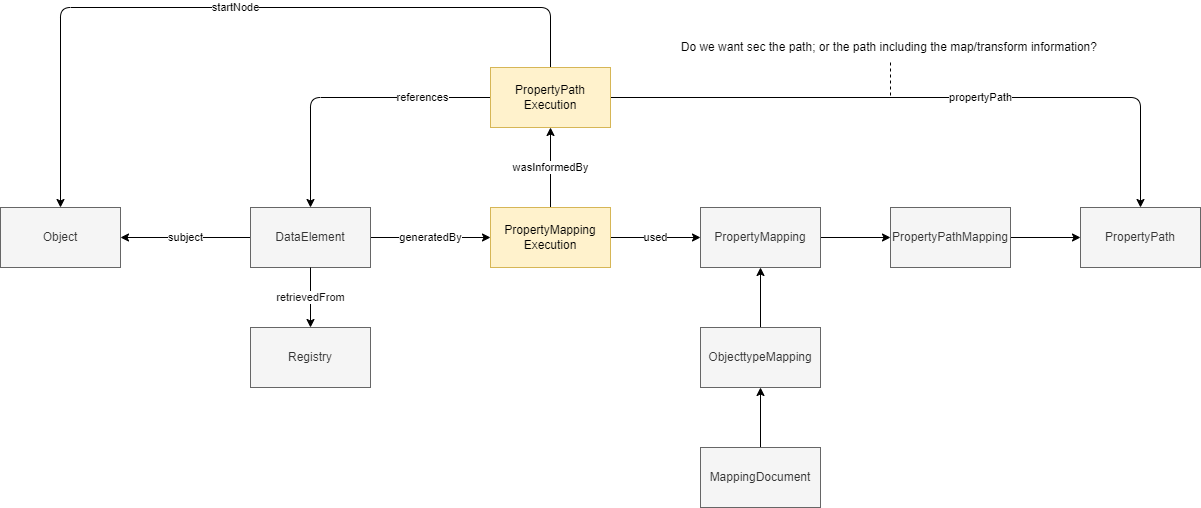
This is media/level4.1.png from Geonovum/IMX-LineageModel, a draw.io export, as it was before one commit. Source tidied: cells renumbered, new cells last; positions are measured from the earlier drawing's top-left corner, leaving out a move shared by most shapes.
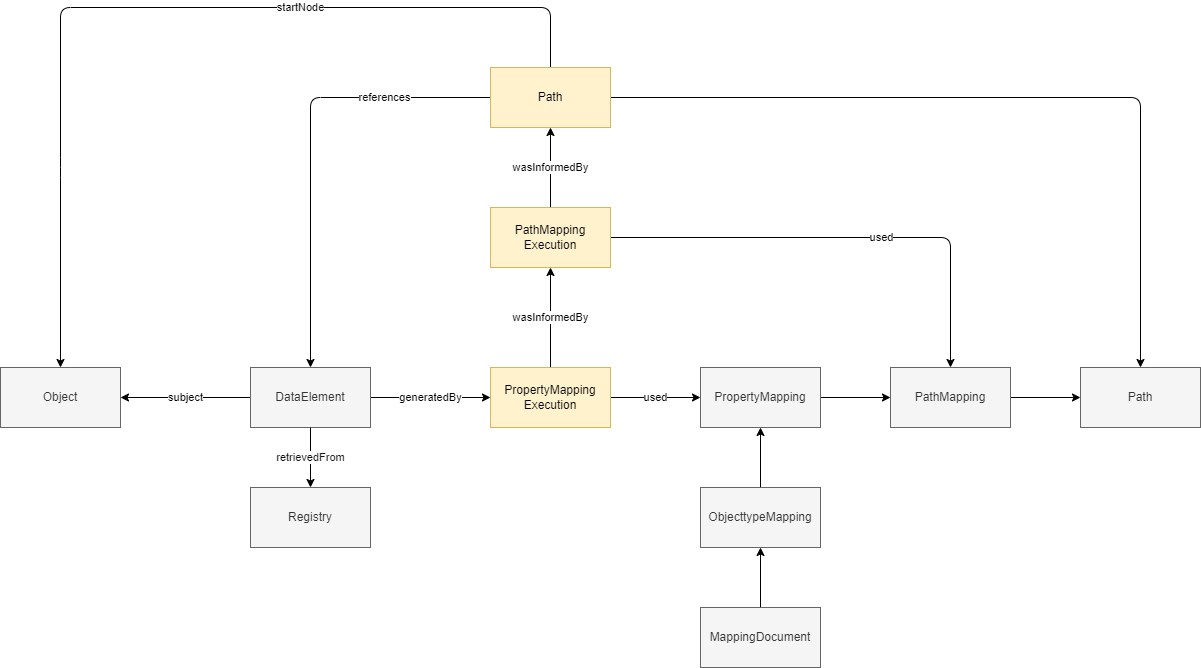
Later version of the same file.

Diff of the diagram source:
```diff
@@ -38,10 +38,10 @@
     <mxCell id="13" style="edgeStyle=none;html=1;" parent="1" edge="1" source="14" target="15">
       <mxGeometry relative="1" as="geometry" />
     </mxCell>
-    <mxCell id="14" value="PropertyPathMapping" style="rounded=0;whiteSpace=wrap;html=1;fillColor=#f5f5f5;fontColor=#333333;strokeColor=#666666;" parent="1" vertex="1">
+    <mxCell id="14" value="PathMapping" style="rounded=0;whiteSpace=wrap;html=1;fillColor=#f5f5f5;fontColor=#333333;strokeColor=#666666;" parent="1" vertex="1">
       <mxGeometry x="890" y="200" width="120" height="60" as="geometry" />
     </mxCell>
-    <mxCell id="15" value="PropertyPath" style="rounded=0;whiteSpace=wrap;html=1;fillColor=#f5f5f5;fontColor=#333333;strokeColor=#666666;" parent="1" vertex="1">
+    <mxCell id="15" value="Path" style="rounded=0;whiteSpace=wrap;html=1;fillColor=#f5f5f5;fontColor=#333333;strokeColor=#666666;" parent="1" vertex="1">
       <mxGeometry x="1080" y="200" width="120" height="60" as="geometry" />
     </mxCell>
     <mxCell id="16" style="edgeStyle=none;html=1;entryX=0.5;entryY=1;entryDx=0;entryDy=0;" parent="1" edge="1" source="17" target="25">
@@ -50,31 +50,35 @@
     <mxCell id="17" value="ObjecttypeMapping" style="rounded=0;whiteSpace=wrap;html=1;fillColor=#f5f5f5;fontColor=#333333;strokeColor=#666666;" parent="1" vertex="1">
       <mxGeometry x="700" y="320" width="120" height="60" as="geometry" />
     </mxCell>
-    <mxCell id="18" value="propertyPath" style="edgeStyle=none;html=1;entryX=0.5;entryY=0;entryDx=0;entryDy=0;" parent="1" edge="1" source="21" target="15">
+    <mxCell id="18" value="used" style="edgeStyle=none;html=1;entryX=0.5;entryY=0;entryDx=0;entryDy=0;" parent="1" edge="1" source="21" target="14">
       <mxGeometry x="0.15" relative="1" as="geometry">
         <Array as="points">
-          <mxPoint x="1140" y="90" />
+          <mxPoint x="950" y="70" />
         </Array>
       </mxGeometry>
     </mxCell>
-    <mxCell id="19" value="references" style="edgeStyle=none;html=1;startArrow=none;" parent="1" edge="1" source="21" target="10">
+    <mxCell id="19" value="references" style="edgeStyle=none;html=1;startArrow=none;" parent="1" edge="1" source="26" target="10">
       <mxGeometry x="-0.52" relative="1" as="geometry">
         <Array as="points">
-          <mxPoint x="310" y="90" />
+          <mxPoint x="310" y="-70" />
         </Array>
         <mxPoint x="1" as="offset" />
       </mxGeometry>
     </mxCell>
-    <mxCell id="20" value="startNode" style="edgeStyle=none;html=1;" parent="1" edge="1" source="21" target="9">
-      <mxGeometry relative="1" as="geometry">
+    <mxCell id="20" value="startNode" style="edgeStyle=none;html=1;exitX=0.5;exitY=0;exitDx=0;exitDy=0;" parent="1" edge="1" source="26" target="9">
+      <mxGeometry x="-0.32" relative="1" as="geometry">
         <Array as="points">
-          <mxPoint x="550" />
+          <mxPoint x="550" y="-160" />
+          <mxPoint x="60" y="-160" />
           <mxPoint x="60" />
         </Array>
       </mxGeometry>
     </mxCell>
+    <mxCell id="28" value="wasInformedBy" style="edgeStyle=none;html=1;" parent="1" edge="1" source="21" target="26">
+      <mxGeometry relative="1" as="geometry" />
+    </mxCell>
-    <mxCell id="21" value="PropertyPath&lt;br&gt;Execution" style="whiteSpace=wrap;html=1;fillColor=#fff2cc;strokeColor=#d6b656;" parent="1" vertex="1">
-      <mxGeometry x="490" y="60" width="120" height="60" as="geometry" />
+    <mxCell id="21" value="PathMapping&lt;br&gt;Execution" style="whiteSpace=wrap;html=1;fillColor=#fff2cc;strokeColor=#d6b656;" parent="1" vertex="1">
+      <mxGeometry x="490" y="40" width="120" height="60" as="geometry" />
     </mxCell>
     <mxCell id="22" value="retrievedFrom" style="edgeStyle=none;html=1;fontColor=#121111;" parent="1" edge="1" source="10" target="23">
       <mxGeometry relative="1" as="geometry" />
@@ -88,13 +92,15 @@
     <mxCell id="25" value="PropertyMapping" style="rounded=0;whiteSpace=wrap;html=1;fillColor=#f5f5f5;fontColor=#333333;strokeColor=#666666;" parent="1" vertex="1">
       <mxGeometry x="700" y="200" width="120" height="60" as="geometry" />
     </mxCell>
+    <mxCell id="29" style="edgeStyle=none;html=1;" parent="1" edge="1" source="26" target="15">
+      <mxGeometry relative="1" as="geometry">
+        <Array as="points">
+          <mxPoint x="1140" y="-70" />
+        </Array>
+      </mxGeometry>
+    </mxCell>
-    <mxCell id="26" style="edgeStyle=none;html=1;endArrow=none;endFill=0;dashed=1;" parent="1" edge="1" source="27">
-      <mxGeometry relative="1" as="geometry">
-        <mxPoint x="890" y="90" as="targetPoint" />
-      </mxGeometry>
+    <mxCell id="26" value="Path" style="whiteSpace=wrap;html=1;fillColor=#fff2cc;strokeColor=#d6b656;" parent="1" vertex="1">
+      <mxGeometry x="490" y="-100" width="120" height="60" as="geometry" />
     </mxCell>
-    <mxCell id="27" value="Do we want sec the path; or the path including the map/transform information?&amp;nbsp;" style="text;html=1;align=center;verticalAlign=middle;points=[];strokeColor=none;fillColor=none;" parent="1" vertex="1">
-      <mxGeometry x="670" y="25" width="440" height="30" as="geometry" />
-    </mxCell>
   </root>
 </mxGraphModel>
```
